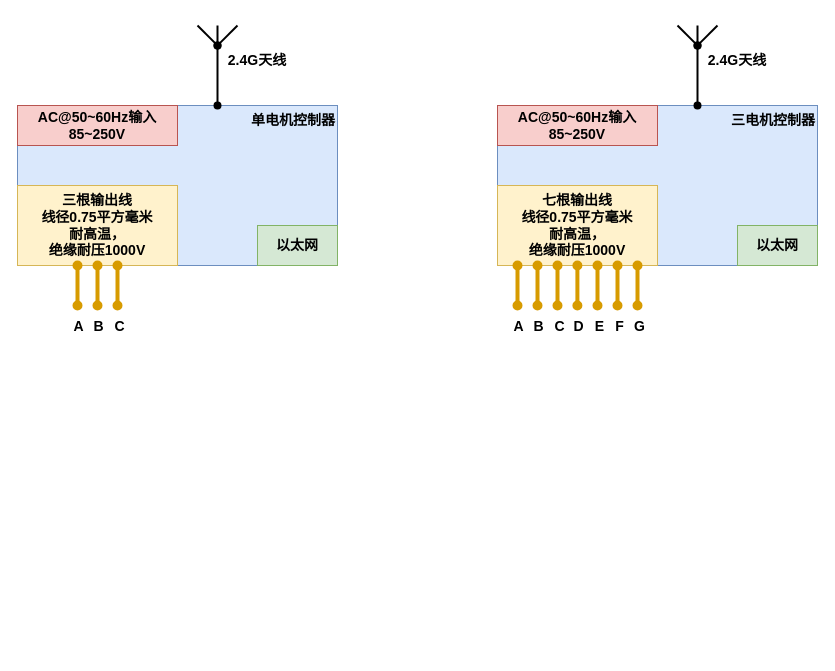
Before: jakdraw3.drawio in FeO2081/soft, a draw.io diagram. Source tidied: cells renumbered, new cells numbered last; positions are measured from the earlier drawing's top-left corner, leaving out a move shared by most shapes. Both pictures are drawn from the tidied source at 100%, with x=0, y=0 at pixel (17, 25).
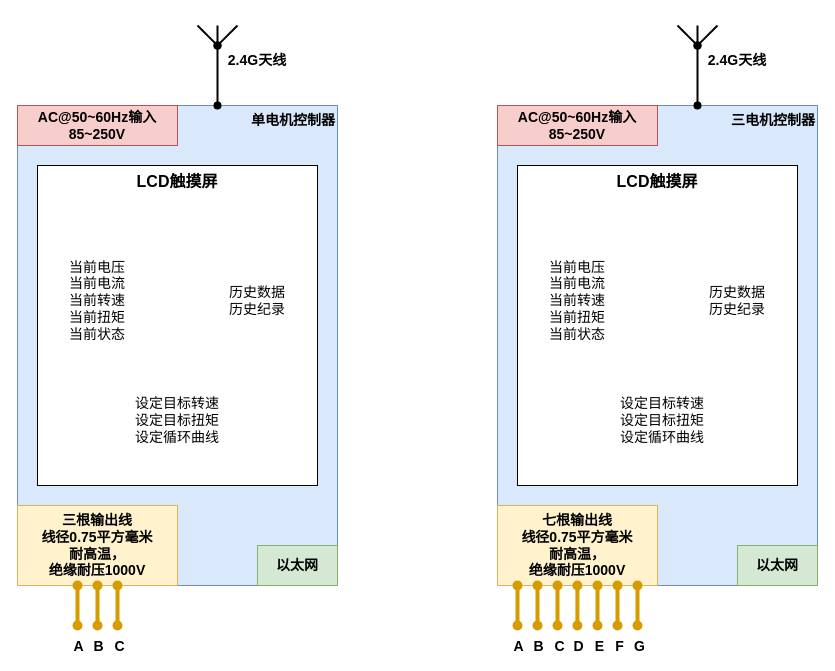
The same page after the edit.

What changed in the source:
```diff
@@
     <mxCell id="2" value="单电机控制器" style="rounded=0;whiteSpace=wrap;html=1;fillColor=#dae8fc;strokeColor=#6c8ebf;fontStyle=1;align=right;verticalAlign=top;fontSize=14;" parent="1" vertex="1">
-      <mxGeometry y="80" width="320" height="160" as="geometry" />
+      <mxGeometry y="80" width="320" height="480" as="geometry" />
     </mxCell>
@@
     <mxCell id="8" value="以太网" style="rounded=0;whiteSpace=wrap;html=1;fillColor=#d5e8d4;strokeColor=#82b366;fontStyle=1;fontSize=14;" parent="1" vertex="1">
-      <mxGeometry x="240" y="200" width="80" height="40" as="geometry" />
+      <mxGeometry x="240" y="520" width="80" height="40" as="geometry" />
     </mxCell>
     <mxCell id="9" value="三根输出线&lt;div&gt;线径0.75平方毫米&lt;/div&gt;&lt;div&gt;耐高温，&lt;/div&gt;&lt;div&gt;绝缘耐压1000V&lt;/div&gt;" style="rounded=0;whiteSpace=wrap;html=1;fillColor=#fff2cc;strokeColor=#d6b656;fontStyle=1;fontSize=14;" parent="1" vertex="1">
-      <mxGeometry y="160" width="160" height="80" as="geometry" />
+      <mxGeometry y="480" width="160" height="80" as="geometry" />
     </mxCell>
     <mxCell id="10" style="endArrow=oval;html=1;rounded=0;entryX=0.25;entryY=1;entryDx=0;entryDy=0;strokeWidth=4;startArrow=oval;startFill=1;endFill=1;fillColor=#ffe6cc;strokeColor=#d79b00;fontSize=14;" parent="1" edge="1">
       <mxGeometry relative="1" as="geometry">
-        <mxPoint x="60" y="280" as="sourcePoint" />
-        <mxPoint x="60" y="240" as="targetPoint" />
+        <mxPoint x="60" y="600" as="sourcePoint" />
+        <mxPoint x="60" y="560" as="targetPoint" />
       </mxGeometry>
     </mxCell>
@@
     <mxCell id="12" style="endArrow=oval;html=1;rounded=0;entryX=0.5;entryY=1;entryDx=0;entryDy=0;strokeWidth=4;startArrow=oval;startFill=1;endFill=1;fillColor=#ffe6cc;strokeColor=#d79b00;fontSize=14;" parent="1" edge="1" target="9">
       <mxGeometry relative="1" as="geometry">
-        <mxPoint x="80" y="280" as="sourcePoint" />
+        <mxPoint x="80" y="600" as="sourcePoint" />
       </mxGeometry>
     </mxCell>
@@
     <mxCell id="14" style="endArrow=oval;html=1;rounded=0;entryX=0.75;entryY=1;entryDx=0;entryDy=0;strokeWidth=4;startArrow=oval;startFill=1;endFill=1;fillColor=#ffe6cc;strokeColor=#d79b00;fontSize=14;" parent="1" edge="1">
       <mxGeometry relative="1" as="geometry">
-        <mxPoint x="100" y="280" as="sourcePoint" />
-        <mxPoint x="100" y="240" as="targetPoint" />
+        <mxPoint x="100" y="600" as="sourcePoint" />
+        <mxPoint x="100" y="560" as="targetPoint" />
       </mxGeometry>
     </mxCell>
@@
     <mxCell id="16" value="三电机控制器" style="rounded=0;whiteSpace=wrap;html=1;fillColor=#dae8fc;strokeColor=#6c8ebf;fontStyle=1;align=right;verticalAlign=top;fontSize=14;" parent="1" vertex="1">
-      <mxGeometry x="480" y="80" width="320" height="160" as="geometry" />
+      <mxGeometry x="480" y="80" width="320" height="480" as="geometry" />
     </mxCell>
@@
     <mxCell id="22" value="以太网" style="rounded=0;whiteSpace=wrap;html=1;fillColor=#d5e8d4;strokeColor=#82b366;fontStyle=1;fontSize=14;" parent="1" vertex="1">
-      <mxGeometry x="720" y="200" width="80" height="40" as="geometry" />
+      <mxGeometry x="720" y="520" width="80" height="40" as="geometry" />
     </mxCell>
     <mxCell id="23" value="七根输出线&lt;div&gt;线径0.75平方毫米&lt;/div&gt;&lt;div&gt;耐高温，&lt;/div&gt;&lt;div&gt;绝缘耐压1000V&lt;/div&gt;" style="rounded=0;whiteSpace=wrap;html=1;fillColor=#fff2cc;strokeColor=#d6b656;fontStyle=1;fontSize=14;" parent="1" vertex="1">
-      <mxGeometry x="480" y="160" width="160" height="80" as="geometry" />
+      <mxGeometry x="480" y="480" width="160" height="80" as="geometry" />
     </mxCell>
     <mxCell id="24" style="endArrow=oval;html=1;rounded=0;entryX=0.25;entryY=1;entryDx=0;entryDy=0;strokeWidth=4;startArrow=oval;startFill=1;endFill=1;fillColor=#ffe6cc;strokeColor=#d79b00;fontSize=14;" parent="1" edge="1">
       <mxGeometry relative="1" as="geometry">
-        <mxPoint x="500" y="280" as="sourcePoint" />
-        <mxPoint x="500" y="240" as="targetPoint" />
+        <mxPoint x="500" y="600" as="sourcePoint" />
+        <mxPoint x="500" y="560" as="targetPoint" />
       </mxGeometry>
     </mxCell>
     <mxCell id="25" style="endArrow=oval;html=1;rounded=0;entryX=0.5;entryY=1;entryDx=0;entryDy=0;strokeWidth=4;startArrow=oval;startFill=1;endFill=1;fillColor=#ffe6cc;strokeColor=#d79b00;fontSize=14;" parent="1" edge="1">
       <mxGeometry relative="1" as="geometry">
-        <mxPoint x="520" y="280" as="sourcePoint" />
-        <mxPoint x="520" y="240" as="targetPoint" />
+        <mxPoint x="520" y="600" as="sourcePoint" />
+        <mxPoint x="520" y="560" as="targetPoint" />
       </mxGeometry>
     </mxCell>
@@
     <mxCell id="27" style="endArrow=oval;html=1;rounded=0;entryX=0.75;entryY=1;entryDx=0;entryDy=0;strokeWidth=4;startArrow=oval;startFill=1;endFill=1;fillColor=#ffe6cc;strokeColor=#d79b00;fontSize=14;" parent="1" edge="1">
       <mxGeometry relative="1" as="geometry">
-        <mxPoint x="540" y="280" as="sourcePoint" />
-        <mxPoint x="540" y="240" as="targetPoint" />
+        <mxPoint x="540" y="600" as="sourcePoint" />
+        <mxPoint x="540" y="560" as="targetPoint" />
       </mxGeometry>
     </mxCell>
@@
     <mxCell id="29" style="endArrow=oval;html=1;rounded=0;entryX=0.75;entryY=1;entryDx=0;entryDy=0;strokeWidth=4;startArrow=oval;startFill=1;endFill=1;fillColor=#ffe6cc;strokeColor=#d79b00;fontSize=14;" parent="1" edge="1">
       <mxGeometry relative="1" as="geometry">
-        <mxPoint x="559.9" y="280" as="sourcePoint" />
-        <mxPoint x="559.9" y="240" as="targetPoint" />
+        <mxPoint x="559.9" y="600" as="sourcePoint" />
+        <mxPoint x="559.9" y="560" as="targetPoint" />
       </mxGeometry>
     </mxCell>
@@
     <mxCell id="31" style="endArrow=oval;html=1;rounded=0;entryX=0.75;entryY=1;entryDx=0;entryDy=0;strokeWidth=4;startArrow=oval;startFill=1;endFill=1;fillColor=#ffe6cc;strokeColor=#d79b00;fontSize=14;" parent="1" edge="1">
       <mxGeometry relative="1" as="geometry">
-        <mxPoint x="580" y="280" as="sourcePoint" />
-        <mxPoint x="580" y="240" as="targetPoint" />
+        <mxPoint x="580" y="600" as="sourcePoint" />
+        <mxPoint x="580" y="560" as="targetPoint" />
       </mxGeometry>
     </mxCell>
@@
     <mxCell id="33" style="endArrow=oval;html=1;rounded=0;entryX=0.75;entryY=1;entryDx=0;entryDy=0;strokeWidth=4;startArrow=oval;startFill=1;endFill=1;fillColor=#ffe6cc;strokeColor=#d79b00;fontSize=14;" parent="1" edge="1">
       <mxGeometry relative="1" as="geometry">
-        <mxPoint x="600" y="280" as="sourcePoint" />
-        <mxPoint x="600" y="240" as="targetPoint" />
+        <mxPoint x="600" y="600" as="sourcePoint" />
+        <mxPoint x="600" y="560" as="targetPoint" />
       </mxGeometry>
     </mxCell>
@@
     <mxCell id="35" style="endArrow=oval;html=1;rounded=0;entryX=0.75;entryY=1;entryDx=0;entryDy=0;strokeWidth=4;startArrow=oval;startFill=1;endFill=1;fillColor=#ffe6cc;strokeColor=#d79b00;fontSize=14;" parent="1" edge="1">
       <mxGeometry relative="1" as="geometry">
-        <mxPoint x="620" y="280" as="sourcePoint" />
-        <mxPoint x="620" y="240" as="targetPoint" />
+        <mxPoint x="620" y="600" as="sourcePoint" />
+        <mxPoint x="620" y="560" as="targetPoint" />
       </mxGeometry>
     </mxCell>
@@
     <mxCell id="37" value="A" style="edgeLabel;html=1;align=center;verticalAlign=middle;fontSize=14;fontStyle=1;" parent="1" vertex="1">
-      <mxGeometry x="500" y="300" as="geometry" />
+      <mxGeometry x="500" y="620" as="geometry" />
     </mxCell>
+    <mxCell id="38" value="LCD触摸屏" style="rounded=0;whiteSpace=wrap;html=1;fontStyle=1;verticalAlign=top;fontSize=16;" parent="1" vertex="1">
+      <mxGeometry x="20" y="140" width="280" height="320" as="geometry" />
+    </mxCell>
+    <mxCell id="39" value="LCD触摸屏" style="rounded=0;whiteSpace=wrap;html=1;fontStyle=1;verticalAlign=top;fontSize=16;" parent="1" vertex="1">
+      <mxGeometry x="500" y="140" width="280" height="320" as="geometry" />
+    </mxCell>
+    <mxCell id="40" value="当前电压&lt;div&gt;当前电流&lt;/div&gt;&lt;div&gt;当前转速&lt;/div&gt;&lt;div&gt;当前扭矩&lt;/div&gt;&lt;div&gt;当前状态&lt;/div&gt;" style="text;html=1;whiteSpace=wrap;strokeColor=none;fillColor=none;align=center;verticalAlign=middle;rounded=0;fontSize=14;" parent="1" vertex="1">
+      <mxGeometry x="50" y="260" width="60" height="30" as="geometry" />
+    </mxCell>
+    <mxCell id="41" value="历史数据&lt;div&gt;历史纪录&lt;/div&gt;" style="text;html=1;whiteSpace=wrap;strokeColor=none;fillColor=none;align=center;verticalAlign=middle;rounded=0;fontSize=14;" parent="1" vertex="1">
+      <mxGeometry x="210" y="260" width="60" height="30" as="geometry" />
+    </mxCell>
+    <mxCell id="42" value="当前电压&lt;div&gt;当前电流&lt;/div&gt;&lt;div&gt;当前转速&lt;/div&gt;&lt;div&gt;当前扭矩&lt;/div&gt;&lt;div&gt;当前状态&lt;/div&gt;" style="text;html=1;whiteSpace=wrap;strokeColor=none;fillColor=none;align=center;verticalAlign=middle;rounded=0;fontSize=14;" parent="1" vertex="1">
+      <mxGeometry x="530" y="260" width="60" height="30" as="geometry" />
+    </mxCell>
+    <mxCell id="43" value="历史数据&lt;div&gt;历史纪录&lt;/div&gt;" style="text;html=1;whiteSpace=wrap;strokeColor=none;fillColor=none;align=center;verticalAlign=middle;rounded=0;fontSize=14;" parent="1" vertex="1">
+      <mxGeometry x="690" y="260" width="60" height="30" as="geometry" />
+    </mxCell>
+    <mxCell id="44" value="设定目标转速&lt;div&gt;设定目标扭矩&lt;/div&gt;&lt;div&gt;设定循环曲线&lt;/div&gt;" style="text;html=1;whiteSpace=wrap;strokeColor=none;fillColor=none;align=center;verticalAlign=middle;rounded=0;fontSize=14;" parent="1" vertex="1">
+      <mxGeometry x="105" y="380" width="110" height="30" as="geometry" />
+    </mxCell>
+    <mxCell id="45" value="设定目标转速&lt;div&gt;设定目标扭矩&lt;/div&gt;&lt;div&gt;设定循环曲线&lt;/div&gt;" style="text;html=1;whiteSpace=wrap;strokeColor=none;fillColor=none;align=center;verticalAlign=middle;rounded=0;fontSize=14;" parent="1" vertex="1">
+      <mxGeometry x="590" y="380" width="110" height="30" as="geometry" />
+    </mxCell>
```
